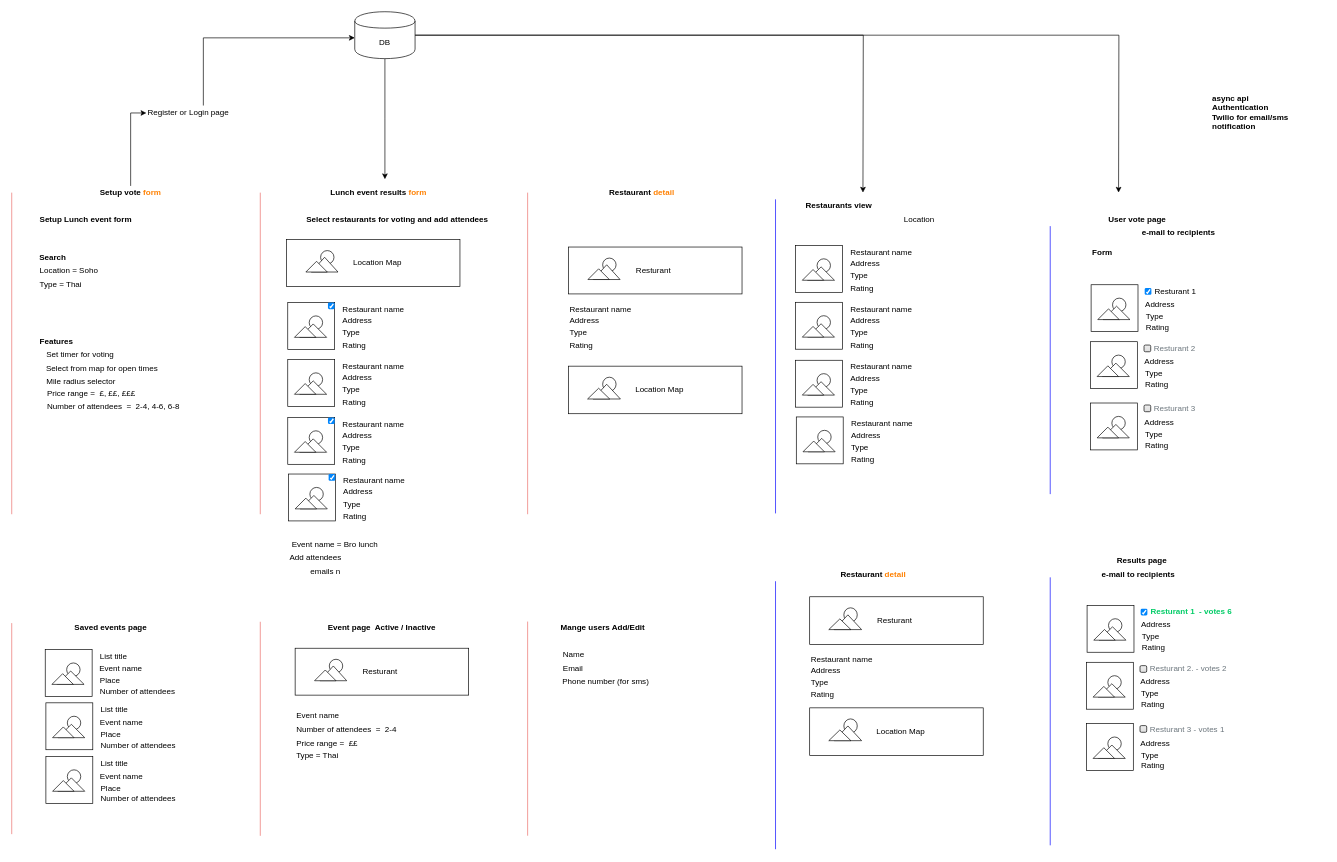
ameenaziz/lunch keeps this draw.io diagram as lunchSystem.drawio. Above is the earlier version. Source tidied: cells renumbered, new cells numbered last; positions are measured from the earlier drawing's top-left corner, leaving out a move shared by most shapes. Both pictures are drawn from the tidied source at 67%, with x=0, y=0 at pixel (11, 11).
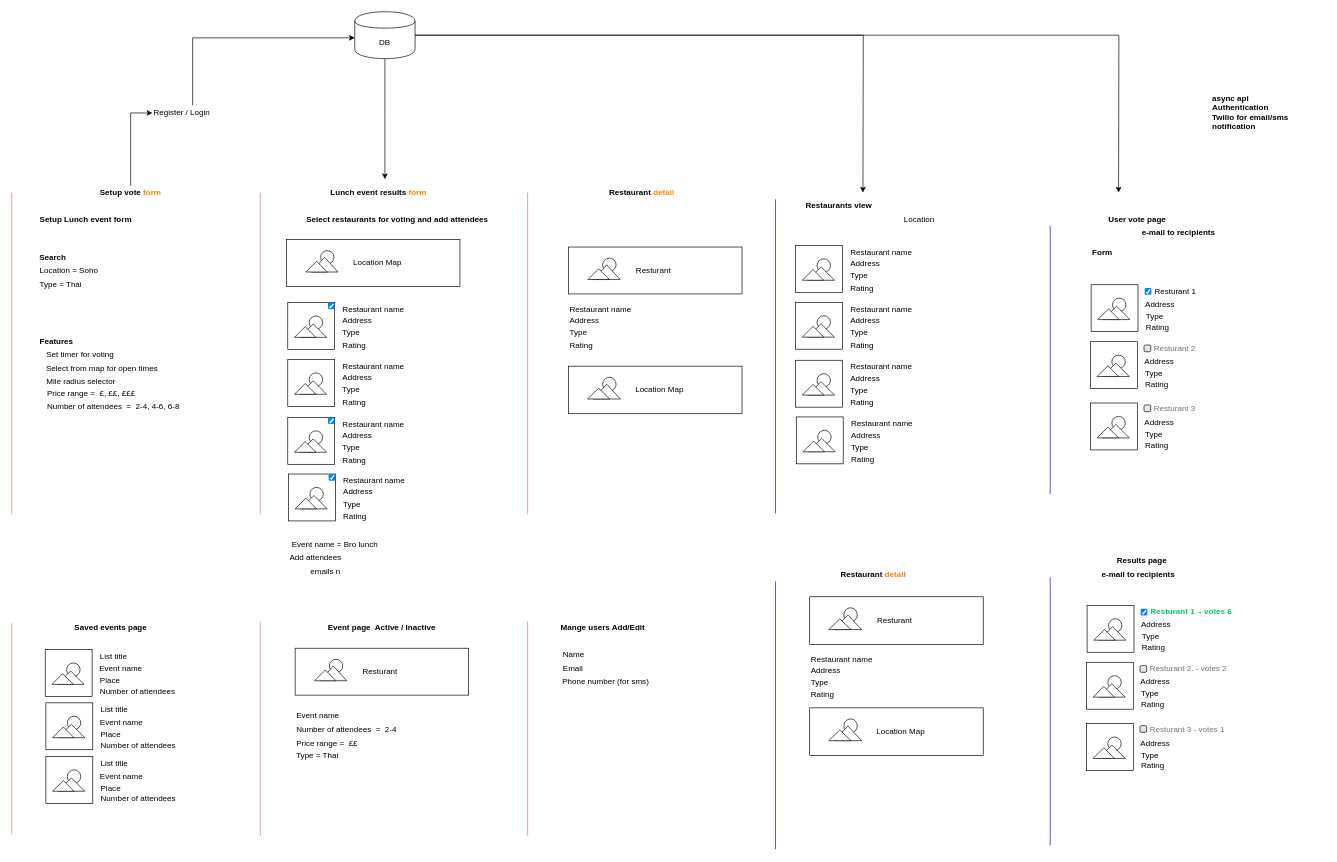
The same page after the edit.

What changed in the source:
```diff
@@
-    <mxCell id="61" value="Register or Login page" style="text;html=1;strokeColor=none;fillColor=none;align=left;verticalAlign=middle;whiteSpace=wrap;rounded=0;" parent="1" vertex="1">
-      <mxGeometry x="201" y="140" width="170" height="20" as="geometry" />
+    <mxCell id="61" value="Register / Login" style="text;html=1;strokeColor=none;fillColor=none;align=left;verticalAlign=middle;whiteSpace=wrap;rounded=0;" parent="1" vertex="1">
+      <mxGeometry x="210" y="140" width="120" height="20" as="geometry" />
     </mxCell>
```
